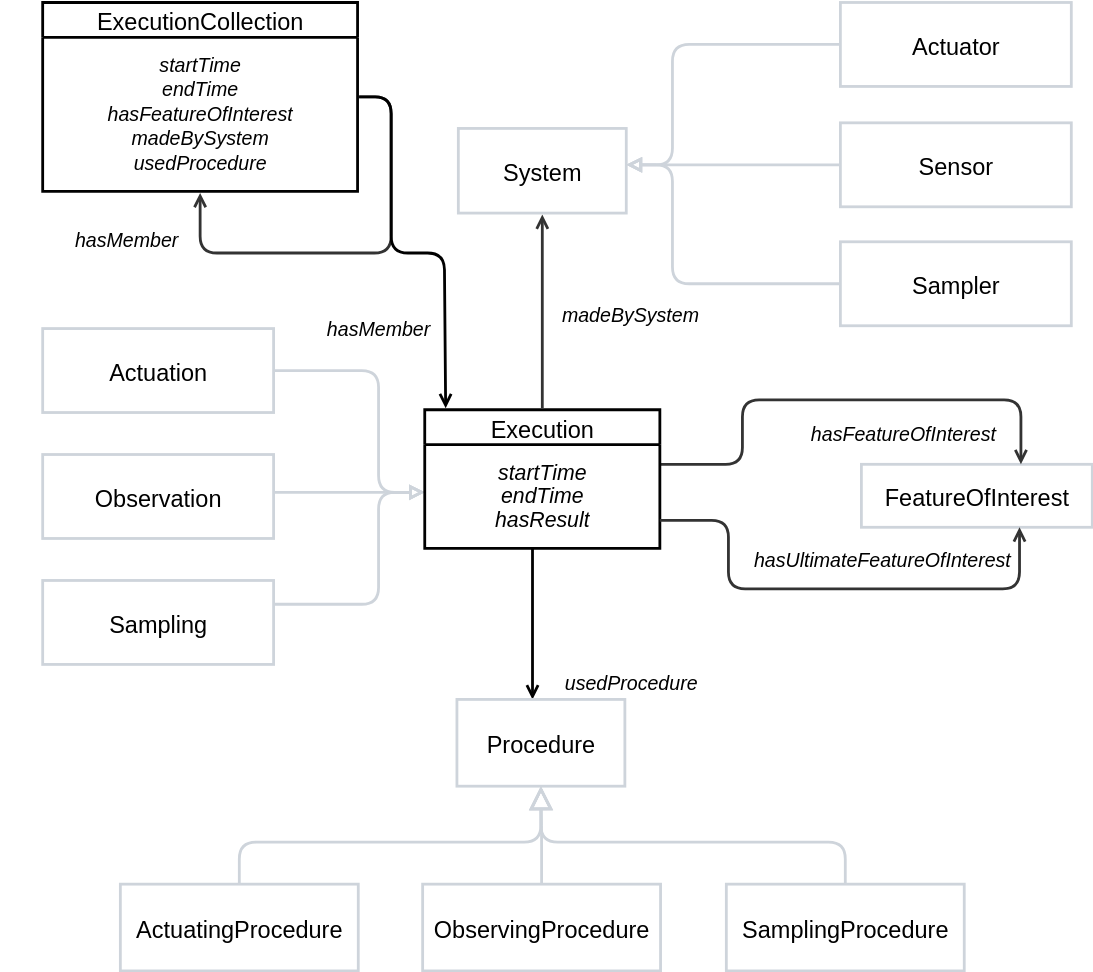
Earlier version of the draw.io export ssn/images/Execution.svg (afeliachi/sdw-sosa-ssn). Source tidied: cells renumbered, new cells last; positions are measured from the earlier drawing's top-left corner, leaving out a move shared by most shapes.
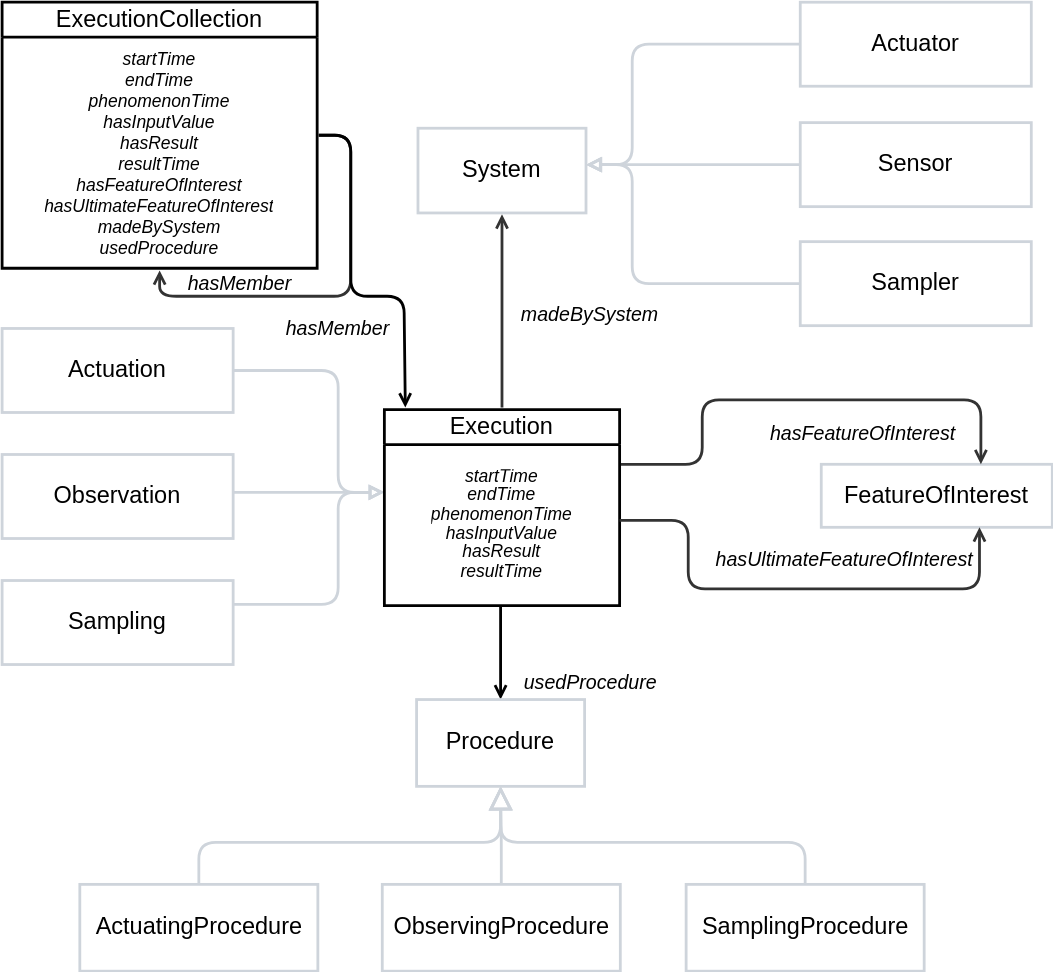
After the change.

Commit message:
more complete overview

Diff of the diagram source:
```diff
@@ -64,11 +64,11 @@
     <mxCell id="13" value="usedProcedure" style="html=1;overflow=block;blockSpacing=1;whiteSpace=wrap;fontSize=14;fontColor=default;fontStyle=2;align=center;spacing=0;strokeColor=none;strokeOpacity=100;fillOpacity=100;fillColor=none;strokeWidth=2;lucidId=837gUP.P-Zc1;convertToSvg=1;" parent="1" vertex="1">
       <mxGeometry x="383" y="463" width="135" height="45" as="geometry" />
     </mxCell>
-    <mxCell id="14" value="Execution" style="html=1;overflow=block;blockSpacing=1;swimlane;horizontal=1;fontStyle=0;swimlaneFillColor=none;startSize=25;whiteSpace=wrap;fontSize=16.8;align=center;spacing=0;strokeColor=#000000;fillColor=none;strokeWidth=2;fontColor=default;convertToSvg=1;" parent="1" vertex="1">
-      <mxGeometry x="303" y="291" width="168" height="99" as="geometry" />
+    <mxCell id="14" value="Execution" style="html=1;overflow=block;blockSpacing=1;swimlane;horizontal=1;fontStyle=0;swimlaneFillColor=none;startSize=25;whiteSpace=wrap;fontSize=16.8;align=center;spacing=0;strokeColor=#000000;fillColor=none;strokeWidth=2;fontColor=default;convertToSvg=1;swimlaneLine=1;" parent="1" vertex="1">
+      <mxGeometry x="303" y="291" width="168" height="140" as="geometry" />
     </mxCell>
-    <mxCell id="15" value="&lt;div style=&quot;display: flex; justify-content: center; text-align: center; align-items: baseline; font-size: 0; line-height: 1.25;margin-top: -2px;&quot;&gt;&lt;span&gt;&lt;span style=&quot;font-size:15.2px;font-style: italic;&quot;&gt;startTime&#10;&lt;/span&gt;&lt;/span&gt;&lt;/div&gt;&lt;div style=&quot;display: flex; justify-content: center; text-align: center; align-items: baseline; font-size: 0; line-height: 1.25;margin-top: -2px;&quot;&gt;&lt;span&gt;&lt;span style=&quot;font-size:15.2px;font-style: italic;&quot;&gt;endTime&#10;&lt;/span&gt;&lt;/span&gt;&lt;/div&gt;&lt;div style=&quot;display: flex; justify-content: center; text-align: center; align-items: baseline; font-size: 0; line-height: 1.25;margin-top: -2px;&quot;&gt;&lt;span&gt;&lt;span style=&quot;font-size:15.2px;font-style: italic;&quot;&gt;hasResult&lt;/span&gt;&lt;/span&gt;&lt;/div&gt;" style="html=1;strokeColor=none;fillColor=none;verticalAlign=middle;spacingLeft=4;spacingRight=4;overflow=hidden;points=[[0,0.5],[1,0.5]];portConstraint=eastwest;swimlaneFillColor=none;whiteSpace=wrap;fontSize=15.2;fontStyle=2;align=center;fontColor=default;convertToSvg=1;strokeWidth=2;" parent="14" vertex="1">
-      <mxGeometry y="25" width="168" height="74" as="geometry" />
+    <mxCell id="15" value="&lt;div style=&quot;display: flex; justify-content: center; text-align: center; align-items: baseline; line-height: 1.25; margin-top: -2px; font-size: 12.5px;&quot;&gt;&lt;font style=&quot;font-size: 12.5px;&quot;&gt;&lt;font style=&quot;font-size: 12.5px;&quot;&gt;startTime&lt;/font&gt;&lt;/font&gt;&lt;/div&gt;&lt;div style=&quot;display: flex; justify-content: center; text-align: center; align-items: baseline; line-height: 1.25; margin-top: -2px; font-size: 12.5px;&quot;&gt;&lt;font style=&quot;font-size: 12.5px;&quot;&gt;&lt;font style=&quot;font-size: 12.5px;&quot;&gt;endTime&lt;/font&gt;&lt;/font&gt;&lt;/div&gt;&lt;div style=&quot;display: flex; justify-content: center; text-align: center; align-items: baseline; line-height: 1.25; margin-top: -2px; font-size: 12.5px;&quot;&gt;&lt;font style=&quot;font-size: 12.5px;&quot;&gt;&lt;font style=&quot;font-size: 12.5px;&quot;&gt;phenomenonTime&lt;/font&gt;&lt;/font&gt;&lt;/div&gt;&lt;div style=&quot;display: flex; justify-content: center; text-align: center; align-items: baseline; line-height: 1.25; margin-top: -2px; font-size: 12.5px;&quot;&gt;&lt;font style=&quot;font-size: 12.5px;&quot;&gt;&lt;font style=&quot;font-size: 12.5px;&quot;&gt;hasInputValue&lt;/font&gt;&lt;/font&gt;&lt;/div&gt;&lt;div style=&quot;display: flex; justify-content: center; text-align: center; align-items: baseline; line-height: 1.25; margin-top: -2px; font-size: 12.5px;&quot;&gt;&lt;font style=&quot;font-size: 12.5px;&quot;&gt;&lt;font style=&quot;font-size: 12.5px;&quot;&gt;hasResult&lt;/font&gt;&lt;/font&gt;&lt;/div&gt;&lt;div style=&quot;display: flex; justify-content: center; text-align: center; align-items: baseline; line-height: 1.25; margin-top: -2px; font-size: 12.5px;&quot;&gt;&lt;font style=&quot;font-size: 12.5px;&quot;&gt;&lt;font style=&quot;font-size: 12.5px;&quot;&gt;resultTime&lt;br&gt;&lt;/font&gt;&lt;/font&gt;&lt;/div&gt;" style="html=1;strokeColor=none;fillColor=none;verticalAlign=middle;spacingLeft=4;spacingRight=4;overflow=hidden;points=[[0,0.5],[1,0.5]];portConstraint=eastwest;swimlaneFillColor=none;whiteSpace=wrap;fontSize=15.2;fontStyle=2;align=center;fontColor=default;convertToSvg=1;strokeWidth=2;" parent="14" vertex="1">
+      <mxGeometry y="25" width="168" height="115" as="geometry" />
     </mxCell>
     <mxCell id="16" value="hasUltimateFeatureOfInterest" style="html=1;overflow=block;blockSpacing=1;whiteSpace=wrap;fontSize=14;fontColor=default;fontStyle=2;align=center;spacing=0;strokeColor=none;strokeOpacity=100;fillOpacity=100;fillColor=none;strokeWidth=2;lucidId=tj8g~JP8hKQQ;convertToSvg=1;" parent="1" vertex="1">
       <mxGeometry x="540" y="375" width="180" height="45" as="geometry" />
@@ -120,10 +120,10 @@
       <mxGeometry x="360" y="200" width="180" height="45" as="geometry" />
     </mxCell>
     <mxCell id="27" value="ExecutionCollection" style="html=1;overflow=block;blockSpacing=1;swimlane;horizontal=1;fontStyle=0;swimlaneFillColor=none;startSize=25;whiteSpace=wrap;fontSize=16.8;align=center;spacing=0;strokeOpacity=100;fillColor=none;strokeWidth=2;fontColor=default;convertToSvg=1;" parent="1" vertex="1">
-      <mxGeometry x="30" width="225" height="135" as="geometry" />
+      <mxGeometry x="30" width="225" height="190" as="geometry" />
     </mxCell>
-    <mxCell id="28" value="&lt;div style=&quot;display: flex; justify-content: center; text-align: center; align-items: baseline; line-height: 1.25; margin-top: -2px;&quot;&gt;&lt;span style=&quot;font-style: italic;&quot;&gt;&lt;font style=&quot;font-size: 14px;&quot;&gt;startTime&lt;br&gt;&lt;/font&gt;&lt;/span&gt;&lt;/div&gt;&lt;div style=&quot;display: flex; justify-content: center; text-align: center; align-items: baseline; line-height: 1.25; margin-top: -2px;&quot;&gt;&lt;span&gt;&lt;span style=&quot;font-style: italic;&quot;&gt;&lt;font style=&quot;font-size: 14px;&quot;&gt;endTime&lt;br&gt;&lt;/font&gt;&lt;/span&gt;&lt;/span&gt;&lt;/div&gt;&lt;div style=&quot;display: flex; justify-content: center; text-align: center; align-items: baseline; line-height: 1.25; margin-top: -2px;&quot;&gt;&lt;span&gt;&lt;span style=&quot;font-style: italic;&quot;&gt;&lt;font style=&quot;font-size: 14px;&quot;&gt;hasFeatureOfInterest&lt;br&gt;&lt;/font&gt;&lt;/span&gt;&lt;/span&gt;&lt;/div&gt;&lt;div style=&quot;display: flex; justify-content: center; text-align: center; align-items: baseline; line-height: 1.25; margin-top: -2px;&quot;&gt;&lt;span&gt;&lt;span style=&quot;font-style: italic;&quot;&gt;&lt;font style=&quot;font-size: 14px;&quot;&gt;madeBySystem&lt;br&gt;&lt;/font&gt;&lt;/span&gt;&lt;/span&gt;&lt;/div&gt;&lt;div style=&quot;display: flex; justify-content: center; text-align: center; align-items: baseline; line-height: 1.25; margin-top: -2px;&quot;&gt;&lt;span style=&quot;font-style: italic;&quot;&gt;&lt;font style=&quot;font-size: 14px;&quot;&gt;usedProcedure&lt;/font&gt;&lt;/span&gt;&lt;/div&gt;" style="html=1;strokeColor=none;fillColor=none;verticalAlign=middle;spacingLeft=4;spacingRight=4;overflow=hidden;swimlaneFillColor=#unset;strokeOpacity=100;whiteSpace=wrap;fontSize=15.2;fontStyle=2;align=center;fontColor=default;convertToSvg=1;strokeWidth=2;" parent="27" vertex="1">
-      <mxGeometry y="25" width="225" height="110" as="geometry" />
+    <mxCell id="28" value="startTime&#10;endTime&#10;phenomenonTime&#10;hasInputValue&#10;hasResult&#10;resultTime&#10;hasFeatureOfInterest&#10;hasUltimateFeatureOfInterest&#10;madeBySystem&#10;usedProcedure" style="strokeColor=none;fillColor=none;verticalAlign=middle;spacingLeft=4;spacingRight=4;overflow=hidden;swimlaneFillColor=#unset;strokeOpacity=100;fontSize=12.5;fontStyle=2;align=center;fontColor=default;convertToSvg=1;strokeWidth=2;whiteSpace=wrap;" parent="27" vertex="1">
+      <mxGeometry y="25" width="225" height="165" as="geometry" />
     </mxCell>
     <mxCell id="29" value="hasMember" style="html=1;overflow=block;blockSpacing=1;whiteSpace=wrap;fontSize=14;fontColor=default;fontStyle=2;align=center;spacing=0;strokeColor=none;strokeOpacity=100;fillOpacity=100;fillColor=none;strokeWidth=2;lucidId=ocVdVrEB5weL;convertToSvg=1;" parent="1" vertex="1">
       <mxGeometry x="180" y="210" width="180" height="45" as="geometry" />
@@ -131,21 +131,22 @@
     <mxCell id="30" style="html=1;jettySize=18;whiteSpace=wrap;fontSize=13;strokeColor=#333333;strokeOpacity=100;strokeWidth=2;rounded=1;arcSize=24;edgeStyle=orthogonalEdgeStyle;startArrow=none;endArrow=open;exitX=1.005;exitY=0.5;exitPerimeter=0;entryX=0.5;entryY=1.008;entryPerimeter=0;lucidId=ocVdAE2rP-v2;fontColor=default;convertToSvg=1;" parent="1" edge="1" source="27" target="27">
       <mxGeometry relative="1" as="geometry">
         <Array as="points">
-          <mxPoint x="279" y="68" />
-          <mxPoint x="279" y="179" />
-          <mxPoint x="143" y="179" />
+          <mxPoint x="279" y="95" />
+          <mxPoint x="279" y="210" />
+          <mxPoint x="143" y="210" />
         </Array>
       </mxGeometry>
     </mxCell>
     <mxCell id="31" value="hasMember" style="html=1;overflow=block;blockSpacing=1;whiteSpace=wrap;fontSize=14;fontColor=default;fontStyle=2;align=center;spacing=0;strokeColor=none;strokeOpacity=100;fillOpacity=100;fillColor=none;strokeWidth=2;lucidId=ocVdvuRd0Ib8;convertToSvg=1;" parent="1" vertex="1">
-      <mxGeometry y="146" width="180" height="45" as="geometry" />
+      <mxGeometry x="110" y="178.5" width="180" height="45" as="geometry" />
     </mxCell>
     <mxCell id="32" style="html=1;jettySize=18;whiteSpace=wrap;fontSize=13;strokeOpacity=100;strokeWidth=2;rounded=1;arcSize=24;edgeStyle=orthogonalEdgeStyle;startArrow=none;endArrow=open;exitX=1.005;exitY=0.5;exitPerimeter=0;entryX=0.089;entryY=-0.011;entryPerimeter=0;lucidId=ocVdrX8z_pHa;fontColor=default;convertToSvg=1;" parent="1" edge="1" source="27" target="14">
       <mxGeometry relative="1" as="geometry">
         <Array as="points">
-          <mxPoint x="279" y="68" />
-          <mxPoint x="279" y="179" />
-          <mxPoint x="317" y="179" />
+          <mxPoint x="279" y="95" />
+          <mxPoint x="279" y="210" />
+          <mxPoint x="317" y="210" />
+          <mxPoint x="317" y="290" />
         </Array>
       </mxGeometry>
     </mxCell>
```
